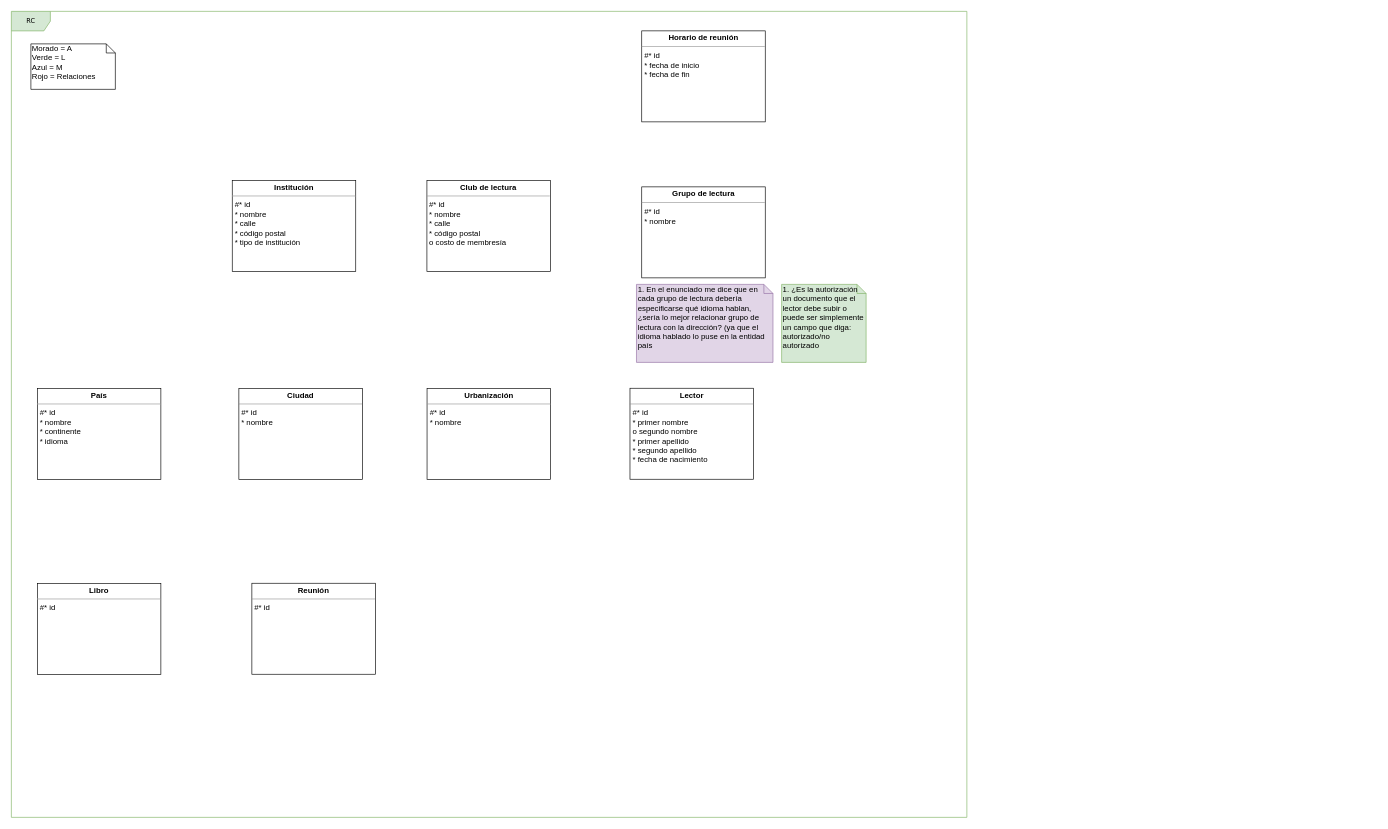
Before: DB I/RC (Pseudo) Data Structure V2.drawio in NeutronBlast/IS-Ex, a draw.io diagram. Source tidied: cells renumbered, new cells numbered last; positions are measured from the earlier drawing's top-left corner, leaving out a move shared by most shapes. Both pictures are drawn from the tidied source at 65%, with x=0, y=0 at pixel (11, 11).
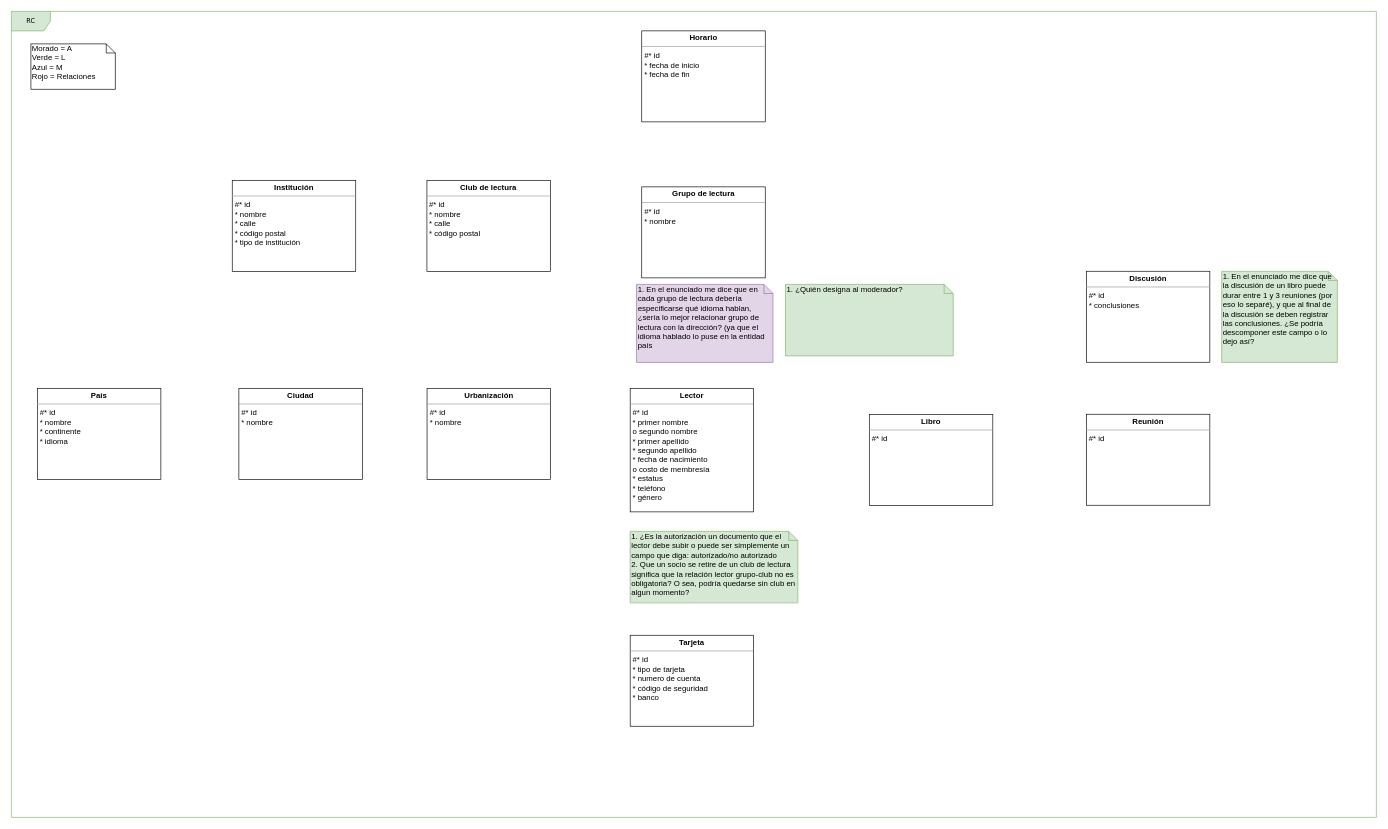
The same diagram, later.

Diff of the diagram source:
```diff
@@
     <mxCell id="2" value="RC" style="shape=umlFrame;whiteSpace=wrap;html=1;rounded=0;shadow=0;comic=0;labelBackgroundColor=none;strokeColor=#82b366;strokeWidth=1;fillColor=#d5e8d4;fontFamily=Verdana;fontSize=10;align=center;" parent="1" vertex="1">
-      <mxGeometry width="1470" height="1240" as="geometry" />
+      <mxGeometry width="2100" height="1240" as="geometry" />
     </mxCell>
@@
-    <mxCell id="4" value="&lt;p style=&quot;margin: 0px ; margin-top: 4px ; text-align: center&quot;&gt;&lt;b&gt;Club de lectura&lt;/b&gt;&lt;/p&gt;&lt;hr size=&quot;1&quot;&gt;&lt;p style=&quot;margin: 0px ; margin-left: 4px&quot;&gt;#* id&lt;/p&gt;&lt;p style=&quot;margin: 0px ; margin-left: 4px&quot;&gt;* nombre&lt;/p&gt;&lt;p style=&quot;margin: 0px ; margin-left: 4px&quot;&gt;* calle&lt;/p&gt;&lt;p style=&quot;margin: 0px ; margin-left: 4px&quot;&gt;* código postal&lt;/p&gt;&lt;p style=&quot;margin: 0px ; margin-left: 4px&quot;&gt;o costo de membresía&lt;/p&gt;" style="verticalAlign=top;align=left;overflow=fill;fontSize=12;fontFamily=Helvetica;html=1;rounded=0;shadow=0;comic=0;labelBackgroundColor=none;strokeColor=#000000;strokeWidth=1;fillColor=#ffffff;" parent="1" vertex="1">
+    <mxCell id="4" value="&lt;p style=&quot;margin: 0px ; margin-top: 4px ; text-align: center&quot;&gt;&lt;b&gt;Club de lectura&lt;/b&gt;&lt;/p&gt;&lt;hr size=&quot;1&quot;&gt;&lt;p style=&quot;margin: 0px ; margin-left: 4px&quot;&gt;#* id&lt;/p&gt;&lt;p style=&quot;margin: 0px ; margin-left: 4px&quot;&gt;* nombre&lt;/p&gt;&lt;p style=&quot;margin: 0px ; margin-left: 4px&quot;&gt;* calle&lt;/p&gt;&lt;p style=&quot;margin: 0px ; margin-left: 4px&quot;&gt;* código postal&lt;/p&gt;" style="verticalAlign=top;align=left;overflow=fill;fontSize=12;fontFamily=Helvetica;html=1;rounded=0;shadow=0;comic=0;labelBackgroundColor=none;strokeColor=#000000;strokeWidth=1;fillColor=#ffffff;" parent="1" vertex="1">
       <mxGeometry x="639.3" y="260" width="190" height="140" as="geometry" />
     </mxCell>
     <mxCell id="5" value="&lt;p style=&quot;margin: 0px ; margin-top: 4px ; text-align: center&quot;&gt;&lt;b&gt;Libro&lt;/b&gt;&lt;/p&gt;&lt;hr size=&quot;1&quot;&gt;&lt;p style=&quot;margin: 0px ; margin-left: 4px&quot;&gt;#* id&lt;/p&gt;&lt;p style=&quot;margin: 0px ; margin-left: 4px&quot;&gt;&lt;br&gt;&lt;/p&gt;" style="verticalAlign=top;align=left;overflow=fill;fontSize=12;fontFamily=Helvetica;html=1;rounded=0;shadow=0;comic=0;labelBackgroundColor=none;strokeColor=#000000;strokeWidth=1;fillColor=#ffffff;" parent="1" vertex="1">
-      <mxGeometry x="40" y="880" width="190" height="140" as="geometry" />
+      <mxGeometry x="1319.9" y="620" width="190" height="140" as="geometry" />
     </mxCell>
     <mxCell id="6" value="&lt;p style=&quot;margin: 0px ; margin-top: 4px ; text-align: center&quot;&gt;&lt;b&gt;Reunión&lt;/b&gt;&lt;/p&gt;&lt;hr size=&quot;1&quot;&gt;&lt;p style=&quot;margin: 0px ; margin-left: 4px&quot;&gt;#* id&lt;/p&gt;&lt;p style=&quot;margin: 0px ; margin-left: 4px&quot;&gt;&lt;br&gt;&lt;/p&gt;" style="verticalAlign=top;align=left;overflow=fill;fontSize=12;fontFamily=Helvetica;html=1;rounded=0;shadow=0;comic=0;labelBackgroundColor=none;strokeColor=#000000;strokeWidth=1;fillColor=#ffffff;" parent="1" vertex="1">
-      <mxGeometry x="370" y="879.8" width="190" height="140" as="geometry" />
+      <mxGeometry x="1653.8" y="619.8" width="190" height="140" as="geometry" />
     </mxCell>
-    <mxCell id="7" value="&lt;p style=&quot;margin: 0px ; margin-top: 4px ; text-align: center&quot;&gt;&lt;b&gt;Lector&lt;/b&gt;&lt;/p&gt;&lt;hr size=&quot;1&quot;&gt;&lt;p style=&quot;margin: 0px ; margin-left: 4px&quot;&gt;#* id&lt;/p&gt;&lt;p style=&quot;margin: 0px ; margin-left: 4px&quot;&gt;* primer nombre&lt;/p&gt;&lt;p style=&quot;margin: 0px ; margin-left: 4px&quot;&gt;o segundo nombre&lt;/p&gt;&lt;p style=&quot;margin: 0px ; margin-left: 4px&quot;&gt;* primer apellido&lt;/p&gt;&lt;p style=&quot;margin: 0px ; margin-left: 4px&quot;&gt;* segundo apellido&lt;/p&gt;&lt;p style=&quot;margin: 0px ; margin-left: 4px&quot;&gt;* fecha de nacimiento&lt;/p&gt;&lt;p style=&quot;margin: 0px ; margin-left: 4px&quot;&gt;&lt;br&gt;&lt;/p&gt;" style="verticalAlign=top;align=left;overflow=fill;fontSize=12;fontFamily=Helvetica;html=1;rounded=0;shadow=0;comic=0;labelBackgroundColor=none;strokeColor=#000000;strokeWidth=1;fillColor=#ffffff;" parent="1" vertex="1">
-      <mxGeometry x="951.7" y="579.8" width="190" height="140" as="geometry" />
+    <mxCell id="7" value="&lt;p style=&quot;margin: 0px ; margin-top: 4px ; text-align: center&quot;&gt;&lt;b&gt;Lector&lt;/b&gt;&lt;/p&gt;&lt;hr size=&quot;1&quot;&gt;&lt;p style=&quot;margin: 0px ; margin-left: 4px&quot;&gt;#* id&lt;/p&gt;&lt;p style=&quot;margin: 0px ; margin-left: 4px&quot;&gt;* primer nombre&lt;/p&gt;&lt;p style=&quot;margin: 0px ; margin-left: 4px&quot;&gt;o segundo nombre&lt;/p&gt;&lt;p style=&quot;margin: 0px ; margin-left: 4px&quot;&gt;* primer apellido&lt;/p&gt;&lt;p style=&quot;margin: 0px ; margin-left: 4px&quot;&gt;* segundo apellido&lt;/p&gt;&lt;p style=&quot;margin: 0px ; margin-left: 4px&quot;&gt;* fecha de nacimiento&lt;/p&gt;&lt;p style=&quot;margin: 0px ; margin-left: 4px&quot;&gt;o costo de membresía&lt;/p&gt;&lt;p style=&quot;margin: 0px ; margin-left: 4px&quot;&gt;* estatus&lt;/p&gt;&lt;p style=&quot;margin: 0px ; margin-left: 4px&quot;&gt;* teléfono&lt;/p&gt;&lt;p style=&quot;margin: 0px ; margin-left: 4px&quot;&gt;* género&lt;/p&gt;" style="verticalAlign=top;align=left;overflow=fill;fontSize=12;fontFamily=Helvetica;html=1;rounded=0;shadow=0;comic=0;labelBackgroundColor=none;strokeColor=#000000;strokeWidth=1;fillColor=#ffffff;" parent="1" vertex="1">
+      <mxGeometry x="952" y="580" width="190" height="190" as="geometry" />
     </mxCell>
@@
-    <mxCell id="14" value="&lt;p style=&quot;margin: 0px ; margin-top: 4px ; text-align: center&quot;&gt;&lt;b&gt;Horario de reunión&lt;/b&gt;&lt;/p&gt;&lt;hr size=&quot;1&quot;&gt;&lt;p style=&quot;margin: 0px ; margin-left: 4px&quot;&gt;#* id&lt;/p&gt;&lt;p style=&quot;margin: 0px ; margin-left: 4px&quot;&gt;* fecha de inicio&lt;/p&gt;&lt;p style=&quot;margin: 0px ; margin-left: 4px&quot;&gt;* fecha de fin&lt;/p&gt;" style="verticalAlign=top;align=left;overflow=fill;fontSize=12;fontFamily=Helvetica;html=1;rounded=0;shadow=0;comic=0;labelBackgroundColor=none;strokeColor=#000000;strokeWidth=1;fillColor=#ffffff;" parent="1" vertex="1">
+    <mxCell id="14" value="&lt;p style=&quot;margin: 0px ; margin-top: 4px ; text-align: center&quot;&gt;&lt;b&gt;Horario&lt;/b&gt;&lt;/p&gt;&lt;hr size=&quot;1&quot;&gt;&lt;p style=&quot;margin: 0px ; margin-left: 4px&quot;&gt;#* id&lt;/p&gt;&lt;p style=&quot;margin: 0px ; margin-left: 4px&quot;&gt;* fecha de inicio&lt;/p&gt;&lt;p style=&quot;margin: 0px ; margin-left: 4px&quot;&gt;* fecha de fin&lt;/p&gt;" style="verticalAlign=top;align=left;overflow=fill;fontSize=12;fontFamily=Helvetica;html=1;rounded=0;shadow=0;comic=0;labelBackgroundColor=none;strokeColor=#000000;strokeWidth=1;fillColor=#ffffff;" parent="1" vertex="1">
       <mxGeometry x="969.8" y="30" width="190" height="140" as="geometry" />
     </mxCell>
@@
-    <mxCell id="16" value="1. ¿Es la autorización un documento que el lector debe subir o puede ser simplemente un campo que diga: autorizado/no autorizado" style="shape=note;whiteSpace=wrap;html=1;size=14;verticalAlign=top;align=left;spacingTop=-6;fillColor=#d5e8d4;strokeColor=#82b366;" parent="1" vertex="1">
-      <mxGeometry x="1185" y="420" width="130" height="120" as="geometry" />
+    <mxCell id="16" value="1. ¿Es la autorización un documento que el lector debe subir o puede ser simplemente un campo que diga: autorizado/no autorizado&lt;br&gt;2. Que un socio se retire de un club de lectura significa que la relación lector grupo-club no es obligatoria? O sea, podría quedarse sin club en algun momento?" style="shape=note;whiteSpace=wrap;html=1;size=14;verticalAlign=top;align=left;spacingTop=-6;fillColor=#d5e8d4;strokeColor=#82b366;" parent="1" vertex="1">
+      <mxGeometry x="952" y="800" width="258" height="110" as="geometry" />
     </mxCell>
+    <mxCell id="17" value="&lt;p style=&quot;margin: 0px ; margin-top: 4px ; text-align: center&quot;&gt;&lt;b&gt;Tarjeta&lt;/b&gt;&lt;/p&gt;&lt;hr size=&quot;1&quot;&gt;&lt;p style=&quot;margin: 0px ; margin-left: 4px&quot;&gt;#* id&lt;/p&gt;&lt;p style=&quot;margin: 0px ; margin-left: 4px&quot;&gt;* tipo de tarjeta&lt;/p&gt;&lt;p style=&quot;margin: 0px ; margin-left: 4px&quot;&gt;* numero de cuenta&lt;/p&gt;&lt;p style=&quot;margin: 0px ; margin-left: 4px&quot;&gt;* código de seguridad&lt;/p&gt;&lt;p style=&quot;margin: 0px ; margin-left: 4px&quot;&gt;* banco&lt;/p&gt;&lt;p style=&quot;margin: 0px ; margin-left: 4px&quot;&gt;&lt;br&gt;&lt;/p&gt;" style="verticalAlign=top;align=left;overflow=fill;fontSize=12;fontFamily=Helvetica;html=1;rounded=0;shadow=0;comic=0;labelBackgroundColor=none;strokeColor=#000000;strokeWidth=1;fillColor=#ffffff;" parent="1" vertex="1">
+      <mxGeometry x="952" y="959.8" width="190" height="140" as="geometry" />
+    </mxCell>
+    <mxCell id="18" value="1. ¿Quién designa al moderador?" style="shape=note;whiteSpace=wrap;html=1;size=14;verticalAlign=top;align=left;spacingTop=-6;fillColor=#d5e8d4;strokeColor=#82b366;" parent="1" vertex="1">
+      <mxGeometry x="1191" y="420" width="258" height="110" as="geometry" />
+    </mxCell>
+    <mxCell id="19" value="&lt;p style=&quot;margin: 0px ; margin-top: 4px ; text-align: center&quot;&gt;&lt;b&gt;Discusión&lt;/b&gt;&lt;/p&gt;&lt;hr size=&quot;1&quot;&gt;&lt;p style=&quot;margin: 0px ; margin-left: 4px&quot;&gt;#* id&lt;/p&gt;&lt;p style=&quot;margin: 0px ; margin-left: 4px&quot;&gt;* conclusiones&lt;/p&gt;" style="verticalAlign=top;align=left;overflow=fill;fontSize=12;fontFamily=Helvetica;html=1;rounded=0;shadow=0;comic=0;labelBackgroundColor=none;strokeColor=#000000;strokeWidth=1;fillColor=#ffffff;" parent="1" vertex="1">
+      <mxGeometry x="1653.8" y="399.8" width="190" height="140" as="geometry" />
+    </mxCell>
+    <mxCell id="20" value="1. En el enunciado me dice que la discusión de un libro puede durar entre 1 y 3 reuniones (por eso lo separé), y que al final de la discusión se deben registrar las conclusiones. ¿Se podría descomponer este campo o lo dejo así?" style="shape=note;whiteSpace=wrap;html=1;size=14;verticalAlign=top;align=left;spacingTop=-6;fillColor=#d5e8d4;strokeColor=#82b366;" parent="1" vertex="1">
+      <mxGeometry x="1862" y="400" width="178" height="140" as="geometry" />
+    </mxCell>
```
